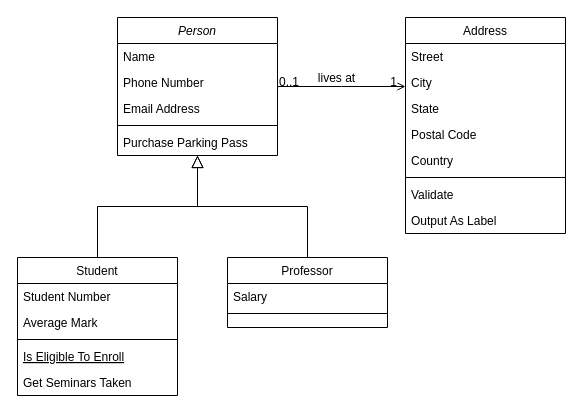
Before: e-kelasi.drawio in judelFintch/e-kelasi, a draw.io diagram. Source tidied: cells renumbered, new cells numbered last; positions are measured from the earlier drawing's top-left corner, leaving out a move shared by most shapes. Both pictures are drawn from the tidied source at 100%, with x=0, y=0 at pixel (17, 17).
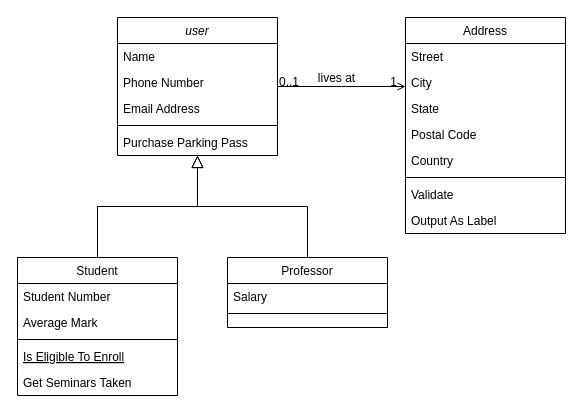
The same diagram, later.

Commit message:
Mettre à jour e-kelasi.drawio

What changed in the source:
```diff
@@
-    <mxCell id="2" value="Person" style="swimlane;fontStyle=2;align=center;verticalAlign=top;horizontal=1;startSize=26;rounded=0;shadow=0;strokeWidth=1;" parent="1" vertex="1">
+    <mxCell id="2" value="user" style="swimlane;fontStyle=2;align=center;verticalAlign=top;horizontal=1;startSize=26;rounded=0;shadow=0;strokeWidth=1;" parent="1" vertex="1">
       <mxGeometry x="100" width="160" height="138" as="geometry" />
     </mxCell>
```
